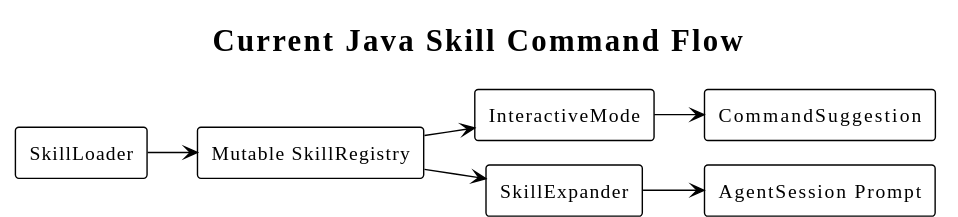
Above: diagrams/skill-command/04-current-java-flow.svg in superheromeZzh/pi-mono-java-design (PlantUML), before the change.
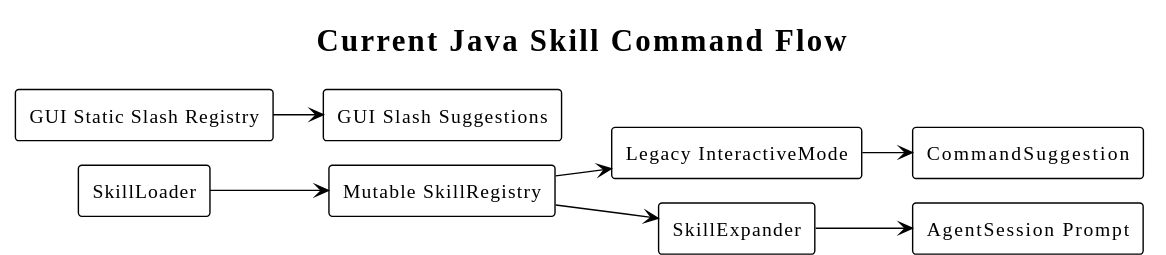
After the change.

Change to the diagram source:
```diff
@@ -9,14 +9,17 @@
 left to right direction
 rectangle SkillLoader as A
 rectangle "Mutable SkillRegistry" as B
-rectangle InteractiveMode as C
+rectangle "Legacy InteractiveMode" as C
 rectangle CommandSuggestion as D
 rectangle SkillExpander as E
 rectangle "AgentSession Prompt" as F
+rectangle "GUI Static Slash Registry" as G
+rectangle "GUI Slash Suggestions" as H
 
 A --> B
 B --> C
 C --> D
 B --> E
 E --> F
+G --> H
 @enduml
```
